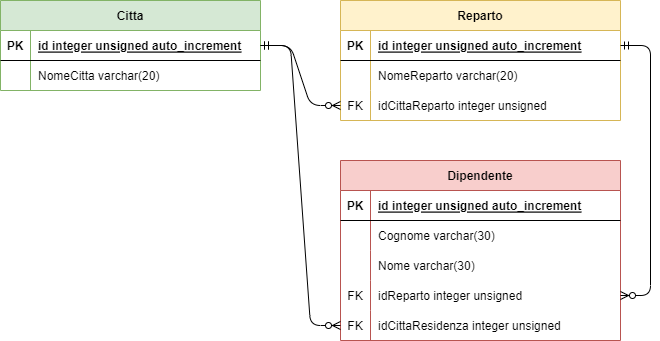
This is AS_2023_2024/5IA/Informatica/CS01_7pag123/2.0/docs/er.drawio.png from CescoP81/GalileiOstiglia, a draw.io export, as it was before one commit. Source tidied: cells renumbered, new cells last; positions are measured from the earlier drawing's top-left corner, leaving out a move shared by most shapes.
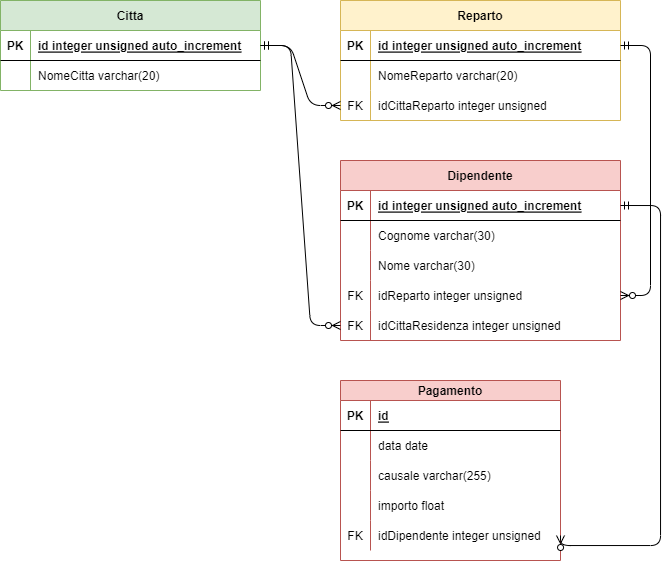
The same file after the commit.

Change to the diagram source:
```diff
@@ -110,5 +110,61 @@
     <mxCell id="37" style="edgeStyle=entityRelationEdgeStyle;fontSize=12;html=1;endArrow=ERzeroToMany;startArrow=ERmandOne;exitX=1;exitY=0.5;exitDx=0;exitDy=0;entryX=1;entryY=0.5;entryDx=0;entryDy=0;" parent="1" edge="1" source="3" target="29">
       <mxGeometry relative="1" as="geometry" />
     </mxCell>
+    <mxCell id="38" value="Pagamento" style="shape=table;startSize=20;rowLines=0;fontStyle=1;align=center;fillColor=#f8cecc;strokeColor=#b85450;" parent="1" vertex="1">
+      <mxGeometry x="340" y="380" width="220" height="180" as="geometry" />
+    </mxCell>
+    <mxCell id="39" style="shape=tableRow;horizontal=0;startSize=0;swimlaneHead=0;swimlaneBody=0;fillColor=none;top=0;left=0;right=0;bottom=1;" parent="38" vertex="1">
+      <mxGeometry y="20" width="220" height="30" as="geometry" />
+    </mxCell>
+    <mxCell id="40" value="PK" style="shape=partialRectangle;fillColor=none;top=0;left=0;bottom=0;right=0;fontStyle=1;overflow=hidden;" parent="39" vertex="1">
+      <mxGeometry width="30" height="30" as="geometry" />
+    </mxCell>
+    <mxCell id="41" value="id" style="shape=partialRectangle;fillColor=none;top=0;left=0;bottom=0;right=0;align=left;spacingLeft=6;fontStyle=5;overflow=hidden;" parent="39" vertex="1">
+      <mxGeometry x="30" width="190" height="30" as="geometry" />
+    </mxCell>
+    <mxCell id="42" style="shape=tableRow;horizontal=0;startSize=0;swimlaneHead=0;swimlaneBody=0;fillColor=none;top=0;left=0;right=0;bottom=0;" parent="38" vertex="1">
+      <mxGeometry y="50" width="220" height="30" as="geometry" />
+    </mxCell>
+    <mxCell id="43" style="shape=partialRectangle;fillColor=none;top=0;left=0;bottom=0;right=0;overflow=hidden;" parent="42" vertex="1">
+      <mxGeometry width="30" height="30" as="geometry" />
+    </mxCell>
+    <mxCell id="44" value="data date" style="shape=partialRectangle;fillColor=none;top=0;left=0;bottom=0;right=0;align=left;spacingLeft=6;overflow=hidden;" parent="42" vertex="1">
+      <mxGeometry x="30" width="190" height="30" as="geometry" />
+    </mxCell>
+    <mxCell id="45" style="shape=tableRow;horizontal=0;startSize=0;swimlaneHead=0;swimlaneBody=0;fillColor=none;top=0;left=0;right=0;bottom=0;" parent="38" vertex="1">
+      <mxGeometry y="80" width="220" height="30" as="geometry" />
+    </mxCell>
+    <mxCell id="46" style="shape=partialRectangle;fillColor=none;top=0;left=0;bottom=0;right=0;overflow=hidden;" parent="45" vertex="1">
+      <mxGeometry width="30" height="30" as="geometry" />
+    </mxCell>
+    <mxCell id="47" value="causale varchar(255)" style="shape=partialRectangle;fillColor=none;top=0;left=0;bottom=0;right=0;align=left;spacingLeft=6;overflow=hidden;" parent="45" vertex="1">
+      <mxGeometry x="30" width="190" height="30" as="geometry" />
+    </mxCell>
+    <mxCell id="48" style="shape=tableRow;horizontal=0;startSize=0;swimlaneHead=0;swimlaneBody=0;fillColor=none;top=0;left=0;right=0;bottom=0;" parent="38" vertex="1">
+      <mxGeometry y="110" width="220" height="30" as="geometry" />
+    </mxCell>
+    <mxCell id="49" style="shape=partialRectangle;fillColor=none;top=0;left=0;bottom=0;right=0;overflow=hidden;" parent="48" vertex="1">
+      <mxGeometry width="30" height="30" as="geometry" />
+    </mxCell>
+    <mxCell id="50" value="importo float" style="shape=partialRectangle;fillColor=none;top=0;left=0;bottom=0;right=0;align=left;spacingLeft=6;overflow=hidden;" parent="48" vertex="1">
+      <mxGeometry x="30" width="190" height="30" as="geometry" />
+    </mxCell>
+    <mxCell id="51" style="shape=tableRow;horizontal=0;startSize=0;swimlaneHead=0;swimlaneBody=0;fillColor=none;points=[[0,0.5],[1,0.5]];portConstraint=eastwest;top=0;left=0;right=0;bottom=0;" parent="38" vertex="1">
+      <mxGeometry y="140" width="220" height="30" as="geometry" />
+    </mxCell>
+    <mxCell id="52" value="FK" style="shape=partialRectangle;fillColor=none;top=0;left=0;bottom=0;right=0;fontStyle=0;overflow=hidden;" parent="51" vertex="1">
+      <mxGeometry width="30" height="30" as="geometry" />
+    </mxCell>
+    <mxCell id="53" value="idDipendente integer unsigned" style="shape=partialRectangle;fillColor=none;top=0;left=0;bottom=0;right=0;align=left;spacingLeft=6;fontStyle=0;overflow=hidden;" parent="51" vertex="1">
+      <mxGeometry x="30" width="190" height="30" as="geometry" />
+    </mxCell>
+    <mxCell id="54" style="edgeStyle=orthogonalEdgeStyle;fontSize=12;html=1;endArrow=ERzeroToMany;startArrow=ERmandOne;exitX=1;exitY=0.5;exitDx=0;exitDy=0;entryX=1;entryY=0.5;entryDx=0;entryDy=0;" parent="1" edge="1" source="20" target="51">
+      <mxGeometry relative="1" as="geometry">
+        <Array as="points">
+          <mxPoint x="660" y="205" />
+          <mxPoint x="660" y="545" />
+        </Array>
+      </mxGeometry>
+    </mxCell>
   </root>
 </mxGraphModel>
```
